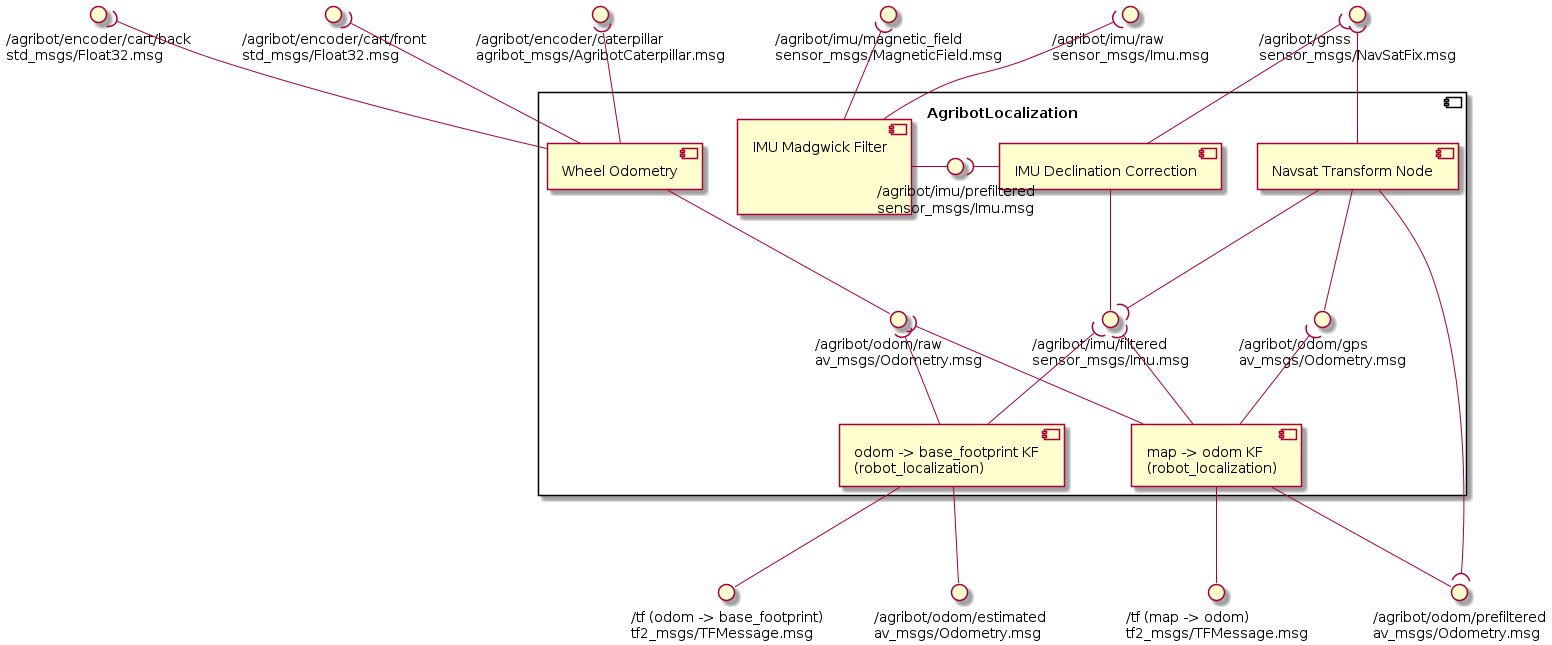
This is doc/component_diagram/component_diagram.png from agribot-2-0/agribot_localization, a PlantUML export, as it was before one commit. Source of this version:
```plantuml
@startuml agribot_localization

interface "/agribot/imu/raw\nsensor_msgs/Imu.msg" as imu_raw
interface "/agribot/imu/magnetic_field\nsensor_msgs/MagneticField.msg" as magnetic_field
interface "/agribot/encoder/caterpillar\nagribot_msgs/AgribotCaterpillar.msg" as encoder_caterpillar
interface "/agribot/encoder/cart/front\nstd_msgs/Float32.msg" as encoder_cart_front
interface "/agribot/encoder/cart/back\nstd_msgs/Float32.msg" as encoder_cart_back
interface "/agribot/gnss\nsensor_msgs/NavSatFix.msg" as gnss

interface "/agribot/odom/prefiltered\nav_msgs/Odometry.msg" as odom_prefiltered
interface "/tf (odom -> base_footprint)\ntf2_msgs/TFMessage.msg" as odom_base_tf
interface "/agribot/odom/estimated\nav_msgs/Odometry.msg" as odom_estimated
interface "/tf (map -> odom)\ntf2_msgs/TFMessage.msg" as map_odom_tf


component AgribotLocalization {

  [IMU Madgwick Filter\n\n\n] as Madgwick
  [IMU Declination Correction] as Declination
  [Wheel Odometry] as WheelOdometry
  [Navsat Transform Node] as NavsatTransform
  [odom -> base_footprint KF\n(robot_localization)] as LocalKf
  [map -> odom KF\n(robot_localization)] as GlobalKf

  interface "/agribot/imu/prefiltered\nsensor_msgs/Imu.msg" as imu_prefiltered
  interface "/agribot/imu/filtered\nsensor_msgs/Imu.msg" as imu_filtered
  interface "/agribot/odom/raw\nav_msgs/Odometry.msg" as odom_raw
  interface "/agribot/odom/gps\nav_msgs/Odometry.msg" as odom_gps

  Madgwick - imu_prefiltered

  imu_prefiltered )- Declination
  Declination -up-( gnss
  Declination -- imu_filtered

  WheelOdometry -- odom_raw

  NavsatTransform --( imu_filtered
  NavsatTransform --( gnss
  NavsatTransform --( odom_prefiltered
  NavsatTransform -- odom_gps

  LocalKf -up-( imu_filtered
  LocalKf -up-( odom_raw

  GlobalKf -up-( imu_filtered
  GlobalKf -up-( odom_raw
  GlobalKf -up-( odom_gps

}

Madgwick -up-( imu_raw
Madgwick -up-( magnetic_field

WheelOdometry -up-( encoder_caterpillar
WheelOdometry -up-( encoder_cart_front
WheelOdometry -up-( encoder_cart_back

LocalKf -down- odom_base_tf
LocalKf -down- odom_estimated

GlobalKf -down- map_odom_tf
GlobalKf -down- odom_prefiltered

@enduml
```
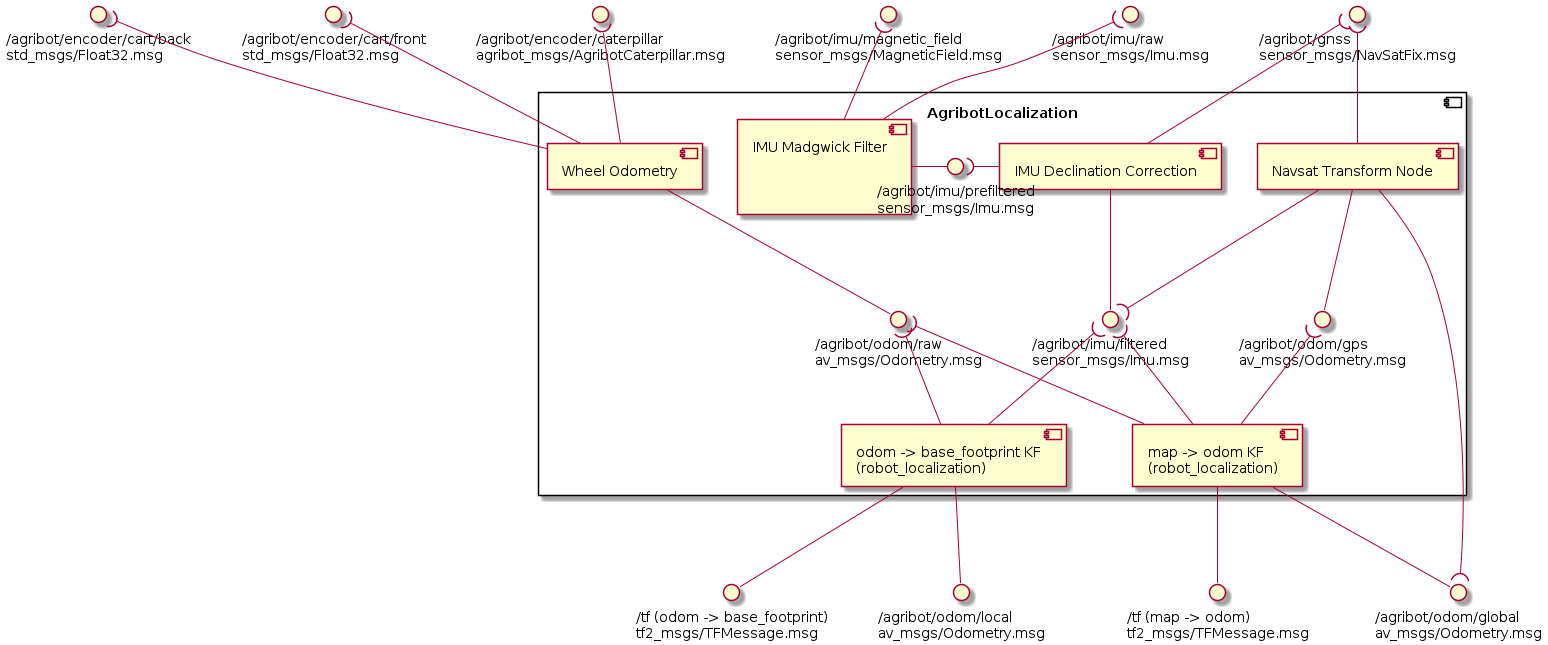
Above is the later version.

Commit message:
Change robot_localization odom topics from prefiltered/estimated to global/local in component diagram

Diff of the diagram source:
```diff
@@ -7,9 +7,9 @@
 interface "/agribot/encoder/cart/back\nstd_msgs/Float32.msg" as encoder_cart_back
 interface "/agribot/gnss\nsensor_msgs/NavSatFix.msg" as gnss
 
-interface "/agribot/odom/prefiltered\nav_msgs/Odometry.msg" as odom_prefiltered
+interface "/agribot/odom/global\nav_msgs/Odometry.msg" as odom_global
 interface "/tf (odom -> base_footprint)\ntf2_msgs/TFMessage.msg" as odom_base_tf
-interface "/agribot/odom/estimated\nav_msgs/Odometry.msg" as odom_estimated
+interface "/agribot/odom/local\nav_msgs/Odometry.msg" as odom_local
 interface "/tf (map -> odom)\ntf2_msgs/TFMessage.msg" as map_odom_tf
 
 
@@ -37,7 +37,7 @@
 
   NavsatTransform --( imu_filtered
   NavsatTransform --( gnss
-  NavsatTransform --( odom_prefiltered
+  NavsatTransform --( odom_global
   NavsatTransform -- odom_gps
 
   LocalKf -up-( imu_filtered
@@ -57,9 +57,9 @@
 WheelOdometry -up-( encoder_cart_back
 
 LocalKf -down- odom_base_tf
-LocalKf -down- odom_estimated
+LocalKf -down- odom_local
 
 GlobalKf -down- map_odom_tf
-GlobalKf -down- odom_prefiltered
+GlobalKf -down- odom_global
 
 @enduml
```
